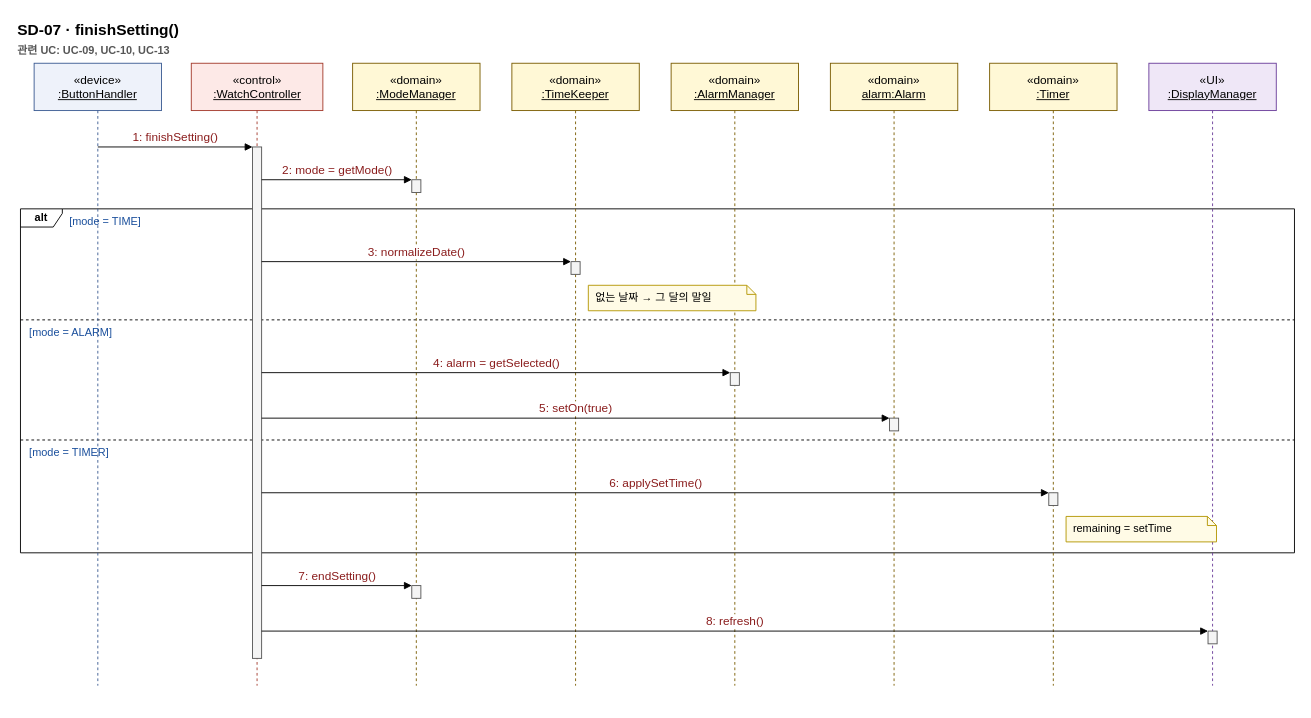
Before: page "SD-07 finishSetting()" (7 of 16) of docs/OOAD/practice/sd/DigitalWatch_SequenceDiagrams.drawio in sspring2048/AssoArch, a draw.io diagram. Source tidied: cells renumbered, new cells numbered last; positions are measured from the earlier drawing's top-left corner, leaving out a move shared by most shapes. Both pictures are drawn from the tidied source at 91%, with x=0, y=0 at pixel (15, 15).
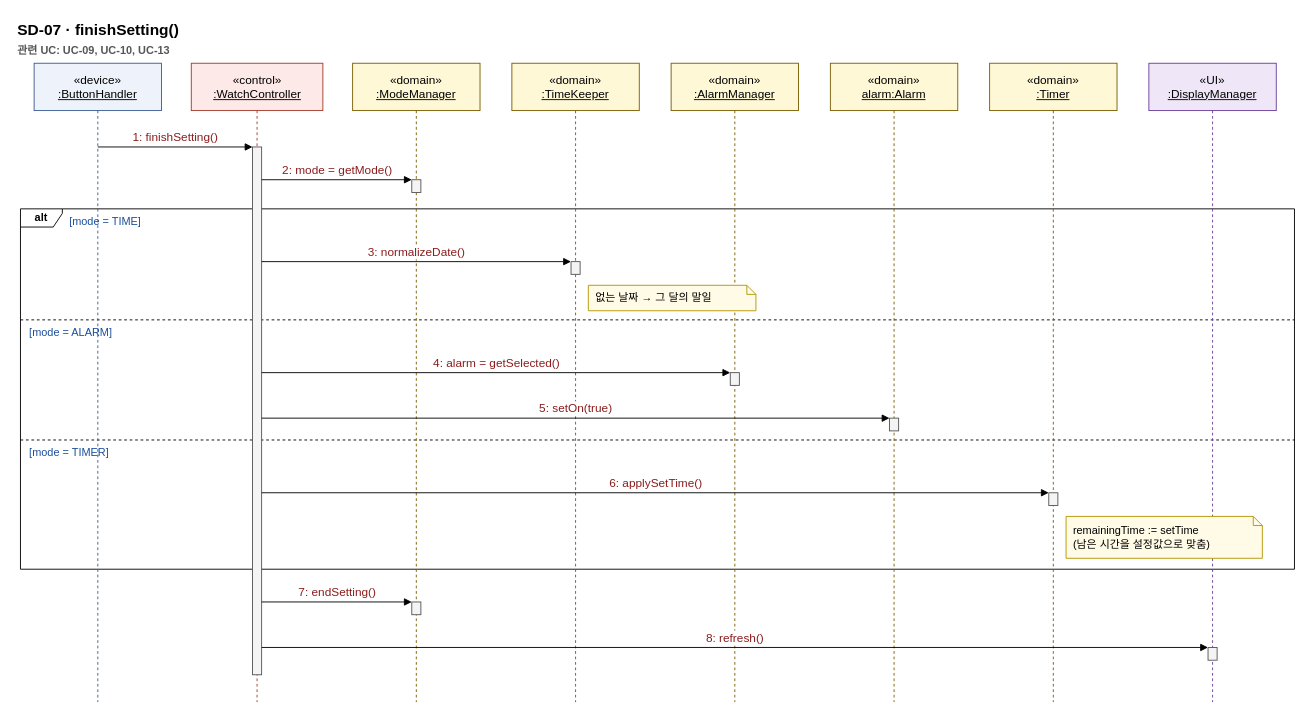
Above is the later version.

Diff of the diagram source:
```diff
@@
     <mxCell id="3" value="alt" style="shape=umlFrame;whiteSpace=wrap;html=1;width=46;height=20;fontStyle=1;fillColor=none;fontSize=12;" parent="1" vertex="1">
-      <mxGeometry x="5" y="212" width="1400" height="378" as="geometry" />
+      <mxGeometry x="5" y="212" width="1400" height="396" as="geometry" />
     </mxCell>
@@
     <mxCell id="9" value="«device»&lt;br&gt;&lt;u&gt;:ButtonHandler&lt;/u&gt;" style="shape=umlLifeline;perimeter=lifelinePerimeter;whiteSpace=wrap;html=1;size=52;fillColor=#eef2fa;strokeColor=#3b5b92;fontSize=13;" parent="1" vertex="1">
-      <mxGeometry x="20" y="52" width="140" height="684" as="geometry" />
+      <mxGeometry x="20" y="52" width="140" height="702" as="geometry" />
     </mxCell>
     <mxCell id="10" value="«control»&lt;br&gt;&lt;u&gt;:WatchController&lt;/u&gt;" style="shape=umlLifeline;perimeter=lifelinePerimeter;whiteSpace=wrap;html=1;size=52;fillColor=#fde9e7;strokeColor=#a33a2c;fontSize=13;" parent="1" vertex="1">
-      <mxGeometry x="192.7" y="52" width="144.6" height="684" as="geometry" />
+      <mxGeometry x="192.7" y="52" width="144.6" height="702" as="geometry" />
     </mxCell>
     <mxCell id="11" value="«domain»&lt;br&gt;&lt;u&gt;:ModeManager&lt;/u&gt;" style="shape=umlLifeline;perimeter=lifelinePerimeter;whiteSpace=wrap;html=1;size=52;fillColor=#fff8d6;strokeColor=#7a5c00;fontSize=13;" parent="1" vertex="1">
-      <mxGeometry x="370" y="52" width="140" height="684" as="geometry" />
+      <mxGeometry x="370" y="52" width="140" height="702" as="geometry" />
     </mxCell>
     <mxCell id="12" value="«domain»&lt;br&gt;&lt;u&gt;:TimeKeeper&lt;/u&gt;" style="shape=umlLifeline;perimeter=lifelinePerimeter;whiteSpace=wrap;html=1;size=52;fillColor=#fff8d6;strokeColor=#7a5c00;fontSize=13;" parent="1" vertex="1">
-      <mxGeometry x="545" y="52" width="140" height="684" as="geometry" />
+      <mxGeometry x="545" y="52" width="140" height="702" as="geometry" />
     </mxCell>
     <mxCell id="13" value="«domain»&lt;br&gt;&lt;u&gt;:AlarmManager&lt;/u&gt;" style="shape=umlLifeline;perimeter=lifelinePerimeter;whiteSpace=wrap;html=1;size=52;fillColor=#fff8d6;strokeColor=#7a5c00;fontSize=13;" parent="1" vertex="1">
-      <mxGeometry x="720" y="52" width="140" height="684" as="geometry" />
+      <mxGeometry x="720" y="52" width="140" height="702" as="geometry" />
     </mxCell>
     <mxCell id="14" value="«domain»&lt;br&gt;&lt;u&gt;alarm:Alarm&lt;/u&gt;" style="shape=umlLifeline;perimeter=lifelinePerimeter;whiteSpace=wrap;html=1;size=52;fillColor=#fff8d6;strokeColor=#7a5c00;fontSize=13;" parent="1" vertex="1">
-      <mxGeometry x="895" y="52" width="140" height="684" as="geometry" />
+      <mxGeometry x="895" y="52" width="140" height="702" as="geometry" />
     </mxCell>
     <mxCell id="15" value="«domain»&lt;br&gt;&lt;u&gt;:Timer&lt;/u&gt;" style="shape=umlLifeline;perimeter=lifelinePerimeter;whiteSpace=wrap;html=1;size=52;fillColor=#fff8d6;strokeColor=#7a5c00;fontSize=13;" parent="1" vertex="1">
-      <mxGeometry x="1070" y="52" width="140" height="684" as="geometry" />
+      <mxGeometry x="1070" y="52" width="140" height="702" as="geometry" />
     </mxCell>
     <mxCell id="16" value="«UI»&lt;br&gt;&lt;u&gt;:DisplayManager&lt;/u&gt;" style="shape=umlLifeline;perimeter=lifelinePerimeter;whiteSpace=wrap;html=1;size=52;fillColor=#efe7f7;strokeColor=#6a3d9a;fontSize=13;" parent="1" vertex="1">
-      <mxGeometry x="1245" y="52" width="140" height="684" as="geometry" />
+      <mxGeometry x="1245" y="52" width="140" height="702" as="geometry" />
     </mxCell>
@@
     <mxCell id="22" style="html=1;perimeter=orthogonalPerimeter;fillColor=#f4f4f4;strokeColor=#555555;" parent="1" vertex="1">
-      <mxGeometry x="435" y="626" width="10" height="14" as="geometry" />
+      <mxGeometry x="435" y="644" width="10" height="14" as="geometry" />
     </mxCell>
     <mxCell id="23" style="html=1;perimeter=orthogonalPerimeter;fillColor=#f4f4f4;strokeColor=#555555;" parent="1" vertex="1">
-      <mxGeometry x="1310" y="676" width="10" height="14" as="geometry" />
+      <mxGeometry x="1310" y="694" width="10" height="14" as="geometry" />
     </mxCell>
     <mxCell id="24" style="html=1;perimeter=orthogonalPerimeter;fillColor=#f4f4f4;strokeColor=#555555;" parent="1" vertex="1">
-      <mxGeometry x="260" y="144" width="10" height="562" as="geometry" />
+      <mxGeometry x="260" y="144" width="10" height="580" as="geometry" />
     </mxCell>
@@
-    <mxCell id="32" value="remaining = setTime" style="shape=note;size=10;whiteSpace=wrap;html=1;align=left;spacingLeft=6;fontSize=12;fillColor=#fffbe6;strokeColor=#b39500;" parent="1" vertex="1">
-      <mxGeometry x="1154" y="550" width="165.3" height="28" as="geometry" />
+    <mxCell id="32" value="remainingTime := setTime&lt;br&gt;(남은 시간을 설정값으로 맞춤)" style="shape=note;size=10;whiteSpace=wrap;html=1;align=left;spacingLeft=6;fontSize=12;fillColor=#fffbe6;strokeColor=#b39500;" parent="1" vertex="1">
+      <mxGeometry x="1154" y="550" width="215.7" height="46" as="geometry" />
     </mxCell>
     <mxCell id="33" value="7: endSetting()" style="html=1;verticalAlign=bottom;endArrow=block;endFill=1;fontSize=13;fontColor=#8a1c1c;" parent="1" edge="1">
       <mxGeometry relative="1" as="geometry">
-        <mxPoint x="270" y="626" as="sourcePoint" />
-        <mxPoint x="435" y="626" as="targetPoint" />
+        <mxPoint x="270" y="644" as="sourcePoint" />
+        <mxPoint x="435" y="644" as="targetPoint" />
       </mxGeometry>
     </mxCell>
     <mxCell id="34" value="8: refresh()" style="html=1;verticalAlign=bottom;endArrow=block;endFill=1;fontSize=13;fontColor=#8a1c1c;" parent="1" edge="1">
       <mxGeometry relative="1" as="geometry">
-        <mxPoint x="270" y="676" as="sourcePoint" />
-        <mxPoint x="1310" y="676" as="targetPoint" />
+        <mxPoint x="270" y="694" as="sourcePoint" />
+        <mxPoint x="1310" y="694" as="targetPoint" />
       </mxGeometry>
     </mxCell>
```
